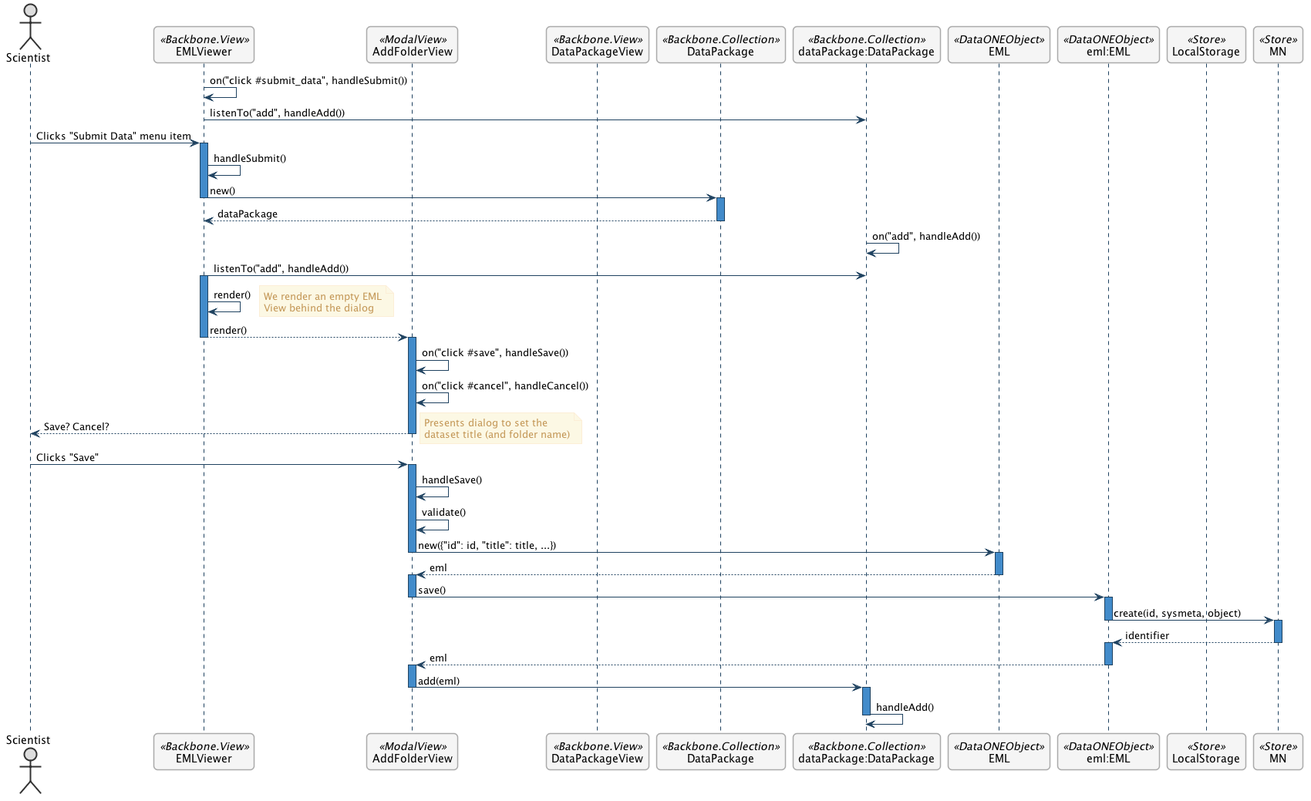
NCEAS/metacatui keeps this PlantUML diagram as metacatui/docs/design/editor/use-cases/images/add-a-folder-sequence-diagram.png. Above is the earlier version. Source of this version:
```plantuml
@startuml images/add-a-folder-sequence-diagram.png

      skinparam shadowing false
      skinparam roundcorner 10

      skinparam sequence {
      	ArrowColor #1F4260
      	LifeLineBorderColor #1F4260
      	LifeLineBackgroundColor #428BCA
      	ParticipantBorderColor #AAAAAA
      	ParticipantBackgroundColor #F5F5F5
        ActorBackgroundColor #DDDDDD
        ActorBorderColor #333333
      }

      skinparam noteFontColor #C49858
      skinparam note {
        BackgroundColor #FCF8E4
        BorderColor #FCEED6
      }

      skinparam class {
        BackgroundColor #F5F5F5
        BorderColor #333333
        ArrowColor #333333
      }

      skinparam packageFontColor #9DA0A4
      skinparam package {
        BorderColor #CCCCCC
      }

  skinparam SequenceGroupBorderColor #AAAAAA
  skinparam SequenceGroupBorderThickness #AAAAAA

  actor "Scientist"
  participant EMLViewer as View <<Backbone.View>>
  participant AddFolderView as AddFolderView  <<ModalView>>
  participant DataPackageView as PackageView  <<Backbone.View>>
  participant DataPackage as DataPackage <<Backbone.Collection>>
  participant dataPackage as "dataPackage:DataPackage" <<Backbone.Collection>>
  participant EML as EML <<DataONEObject>>
  participant eml as "eml:EML" <<DataONEObject>>
  participant LocalStorage as LocalStore  <<Store>>
  participant MN as MN  <<Store>>

  View -> View : on("click #submit_data", handleSubmit())
  View -> dataPackage : listenTo("add", handleAdd())
  Scientist -> View : Clicks "Submit Data" menu item

  activate View
    View -> View : handleSubmit()
    View -> DataPackage : new()
  deactivate View

  activate DataPackage
    DataPackage --> View : dataPackage
  deactivate DataPackage

  dataPackage -> dataPackage : on("add", handleAdd())

  View -> dataPackage : listenTo("add", handleAdd())
  activate View
    View -> View : render()
    note right
      We render an empty EML
      View behind the dialog
    end note
    View --> AddFolderView : render()
  deactivate View

  activate AddFolderView
    AddFolderView -> AddFolderView : on("click #save", handleSave())
    AddFolderView -> AddFolderView : on("click #cancel", handleCancel())
    AddFolderView --> Scientist : Save? Cancel?
    note right
      Presents dialog to set the
      dataset title (and folder name)
    end note
  deactivate AddFolderView

  Scientist -> AddFolderView : Clicks "Save"

  activate AddFolderView
    AddFolderView -> AddFolderView : handleSave()
    AddFolderView -> AddFolderView : validate()
    AddFolderView -> EML : new({"id": id, "title": title, ...})
  deactivate AddFolderView

  activate EML
    EML --> AddFolderView : eml
  deactivate EML

  activate AddFolderView
      AddFolderView -> eml: save()
  deactivate AddFolderView

  activate eml
    eml -> MN : create(id, sysmeta, object)
  deactivate eml

  activate MN
    MN --> eml : identifier
  deactivate MN

  activate eml
    eml --> AddFolderView : eml
  deactivate eml

  activate AddFolderView
    AddFolderView -> dataPackage : add(eml)
  deactivate AddFolderView

  activate dataPackage
    dataPackage -> dataPackage : handleAdd()
  deactivate dataPackage
@enduml
```
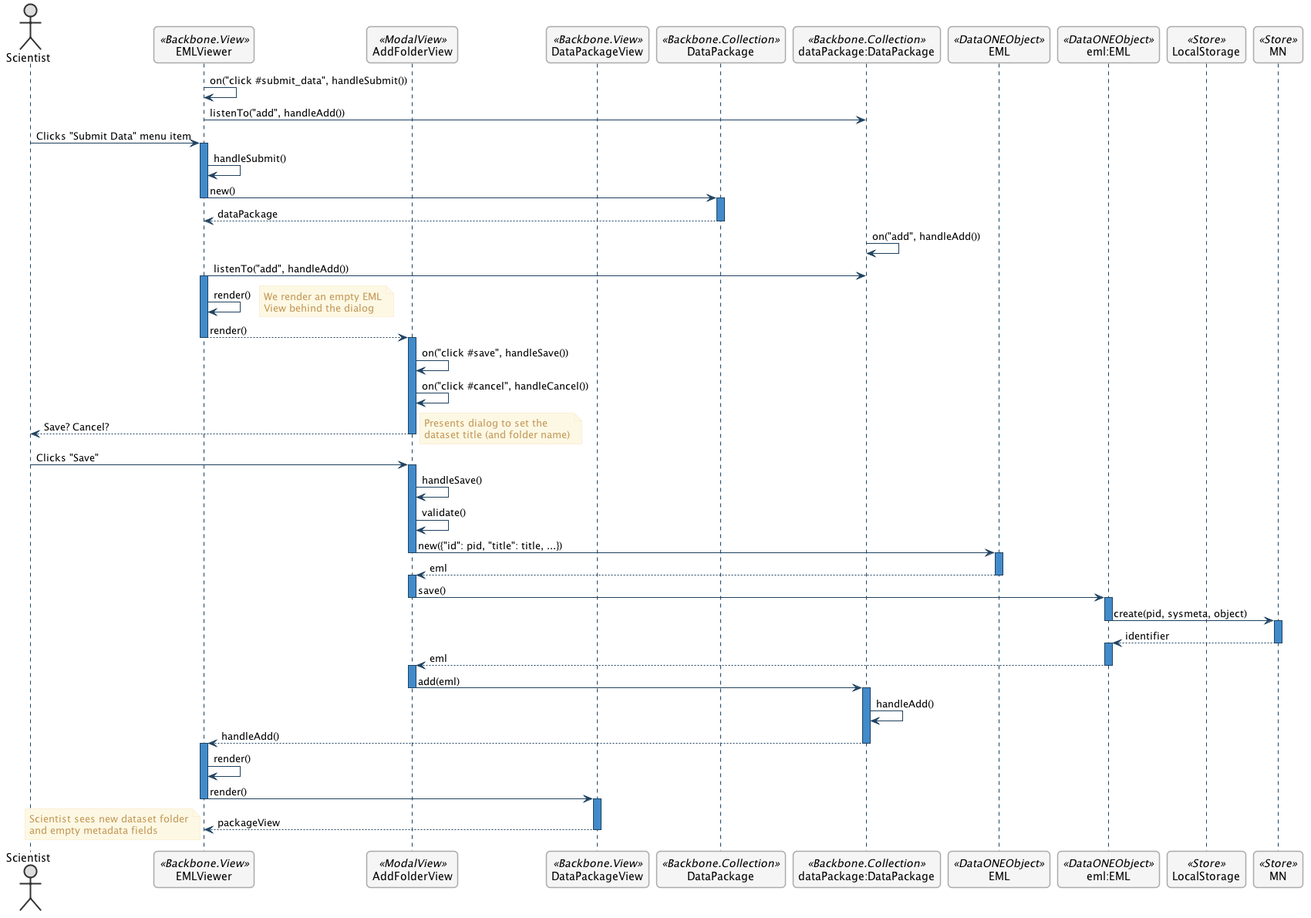
Later version of the same file.

Commit message:
Finish up the Add Metadata sequence diagram.

refs https://projects.ecoinformatics.org/ecoinfo/issues/7047

What changed in the source:
```diff
@@ -84,7 +84,7 @@
   activate AddFolderView
     AddFolderView -> AddFolderView : handleSave()
     AddFolderView -> AddFolderView : validate()
-    AddFolderView -> EML : new({"id": id, "title": title, ...})
+    AddFolderView -> EML : new({"id": pid, "title": title, ...})
   deactivate AddFolderView
 
   activate EML
@@ -96,7 +96,7 @@
   deactivate AddFolderView
 
   activate eml
-    eml -> MN : create(id, sysmeta, object)
+    eml -> MN : create(pid, sysmeta, object)
   deactivate eml
 
   activate MN
@@ -113,5 +113,19 @@
 
   activate dataPackage
     dataPackage -> dataPackage : handleAdd()
+    dataPackage --> View : handleAdd()
   deactivate dataPackage
+
+  activate View
+    View -> View : render()
+    View -> PackageView : render()
+  deactivate View
+
+  activate PackageView
+    PackageView --> View : packageView
+  deactivate PackageView
+  note left
+    Scientist sees new dataset folder
+    and empty metadata fields
+  end note
 @enduml
```
